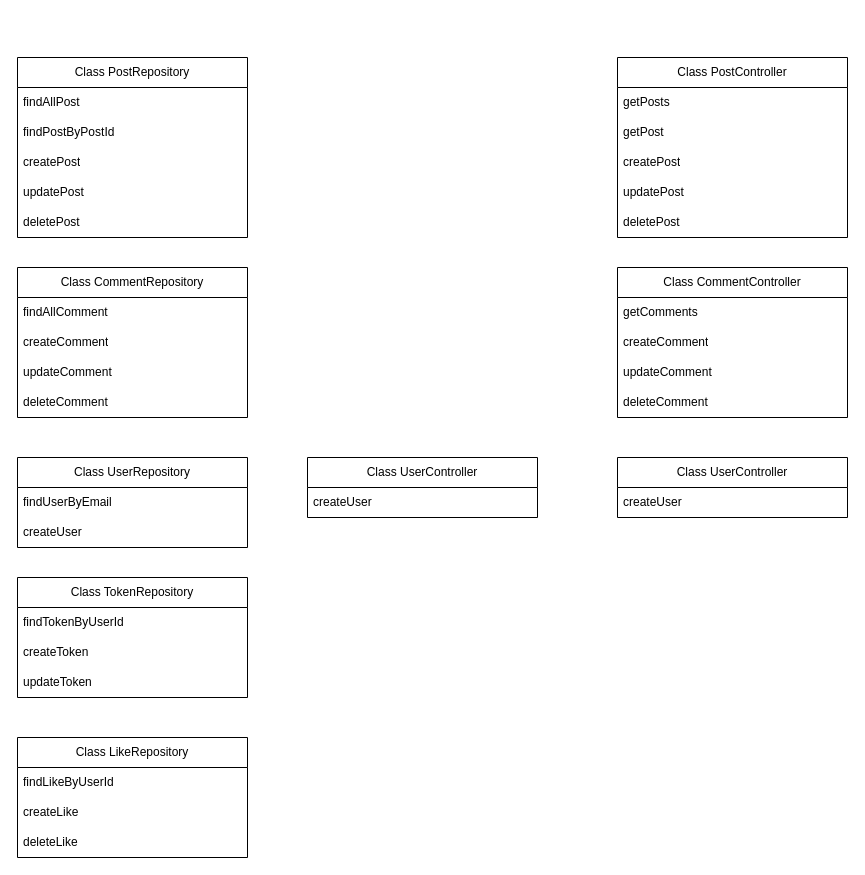
Above: class.drawio in Hangju0610/hanghae99_Lv5_test (draw.io), before the change. Source tidied: cells renumbered, new cells numbered last; positions are measured from the earlier drawing's top-left corner, leaving out a move shared by most shapes. Both pictures are drawn from the tidied source at 100%, with x=0, y=0 at pixel (17, 57).
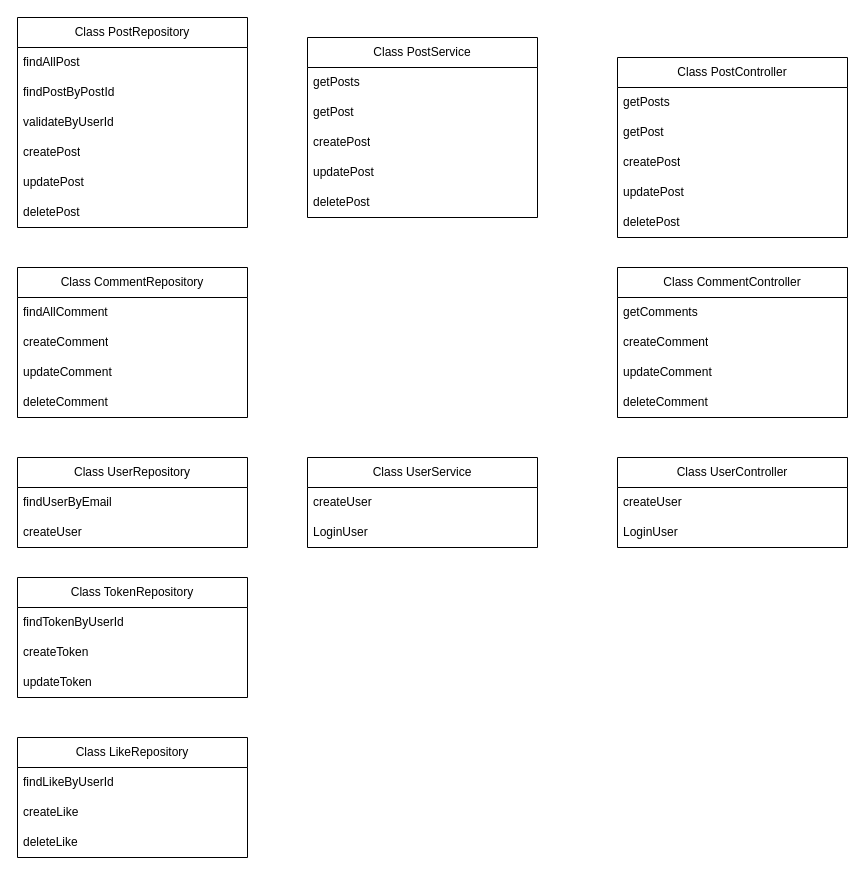
Above is the later version.

Diff of the diagram source:
```diff
@@
     <mxCell id="2" value="Class PostRepository" style="swimlane;fontStyle=0;horizontal=1;startSize=30;whiteSpace=wrap;html=1;" parent="1" vertex="1">
-      <mxGeometry width="230" height="180" as="geometry" />
+      <mxGeometry y="-40" width="230" height="210" as="geometry" />
     </mxCell>
@@
+    <mxCell id="39" value="validateByUserId" style="text;strokeColor=none;fillColor=none;align=left;verticalAlign=middle;spacingLeft=4;spacingRight=4;overflow=hidden;whiteSpace=wrap;html=1;" parent="2" vertex="1">
+      <mxGeometry y="90" width="230" height="30" as="geometry" />
+    </mxCell>
     <mxCell id="5" value="createPost" style="text;strokeColor=none;fillColor=none;align=left;verticalAlign=middle;spacingLeft=4;spacingRight=4;overflow=hidden;whiteSpace=wrap;html=1;" parent="2" vertex="1">
-      <mxGeometry y="90" width="230" height="30" as="geometry" />
+      <mxGeometry y="120" width="230" height="30" as="geometry" />
     </mxCell>
     <mxCell id="6" value="updatePost" style="text;strokeColor=none;fillColor=none;align=left;verticalAlign=middle;spacingLeft=4;spacingRight=4;overflow=hidden;whiteSpace=wrap;html=1;" parent="2" vertex="1">
-      <mxGeometry y="120" width="230" height="30" as="geometry" />
+      <mxGeometry y="150" width="230" height="30" as="geometry" />
     </mxCell>
     <mxCell id="7" value="deletePost" style="text;strokeColor=none;fillColor=none;align=left;verticalAlign=middle;spacingLeft=4;spacingRight=4;overflow=hidden;whiteSpace=wrap;html=1;" parent="2" vertex="1">
-      <mxGeometry y="150" width="230" height="30" as="geometry" />
+      <mxGeometry y="180" width="230" height="30" as="geometry" />
     </mxCell>
@@
     <mxCell id="24" value="Class UserController" style="swimlane;fontStyle=0;horizontal=1;startSize=30;whiteSpace=wrap;html=1;" parent="1" vertex="1">
-      <mxGeometry x="600" y="400" width="230" height="60" as="geometry" />
+      <mxGeometry x="600" y="400" width="230" height="90" as="geometry" />
     </mxCell>
@@
+    <mxCell id="40" value="LoginUser" style="text;strokeColor=none;fillColor=none;align=left;verticalAlign=middle;spacingLeft=4;spacingRight=4;overflow=hidden;whiteSpace=wrap;html=1;" parent="24" vertex="1">
+      <mxGeometry y="60" width="230" height="30" as="geometry" />
+    </mxCell>
-    <mxCell id="26" value="Class UserController" style="swimlane;fontStyle=0;horizontal=1;startSize=30;whiteSpace=wrap;html=1;" parent="1" vertex="1">
-      <mxGeometry x="290" y="400" width="230" height="60" as="geometry" />
+    <mxCell id="26" value="Class UserService" style="swimlane;fontStyle=0;horizontal=1;startSize=30;whiteSpace=wrap;html=1;" parent="1" vertex="1">
+      <mxGeometry x="290" y="400" width="230" height="90" as="geometry" />
     </mxCell>
@@
+    <mxCell id="41" value="LoginUser" style="text;strokeColor=none;fillColor=none;align=left;verticalAlign=middle;spacingLeft=4;spacingRight=4;overflow=hidden;whiteSpace=wrap;html=1;" parent="26" vertex="1">
+      <mxGeometry y="60" width="230" height="30" as="geometry" />
+    </mxCell>
@@
+    <mxCell id="42" value="Class PostService" style="swimlane;fontStyle=0;horizontal=1;startSize=30;whiteSpace=wrap;html=1;" parent="1" vertex="1">
+      <mxGeometry x="290" y="-20" width="230" height="180" as="geometry" />
+    </mxCell>
+    <mxCell id="43" value="getPosts" style="text;strokeColor=none;fillColor=none;align=left;verticalAlign=middle;spacingLeft=4;spacingRight=4;overflow=hidden;whiteSpace=wrap;html=1;" parent="42" vertex="1">
+      <mxGeometry y="30" width="230" height="30" as="geometry" />
+    </mxCell>
+    <mxCell id="44" value="getPost" style="text;strokeColor=none;fillColor=none;align=left;verticalAlign=middle;spacingLeft=4;spacingRight=4;overflow=hidden;whiteSpace=wrap;html=1;" parent="42" vertex="1">
+      <mxGeometry y="60" width="230" height="30" as="geometry" />
+    </mxCell>
+    <mxCell id="45" value="createPost" style="text;strokeColor=none;fillColor=none;align=left;verticalAlign=middle;spacingLeft=4;spacingRight=4;overflow=hidden;whiteSpace=wrap;html=1;" parent="42" vertex="1">
+      <mxGeometry y="90" width="230" height="30" as="geometry" />
+    </mxCell>
+    <mxCell id="46" value="updatePost" style="text;strokeColor=none;fillColor=none;align=left;verticalAlign=middle;spacingLeft=4;spacingRight=4;overflow=hidden;whiteSpace=wrap;html=1;" parent="42" vertex="1">
+      <mxGeometry y="120" width="230" height="30" as="geometry" />
+    </mxCell>
+    <mxCell id="47" value="deletePost" style="text;strokeColor=none;fillColor=none;align=left;verticalAlign=middle;spacingLeft=4;spacingRight=4;overflow=hidden;whiteSpace=wrap;html=1;" parent="42" vertex="1">
+      <mxGeometry y="150" width="230" height="30" as="geometry" />
+    </mxCell>
```
